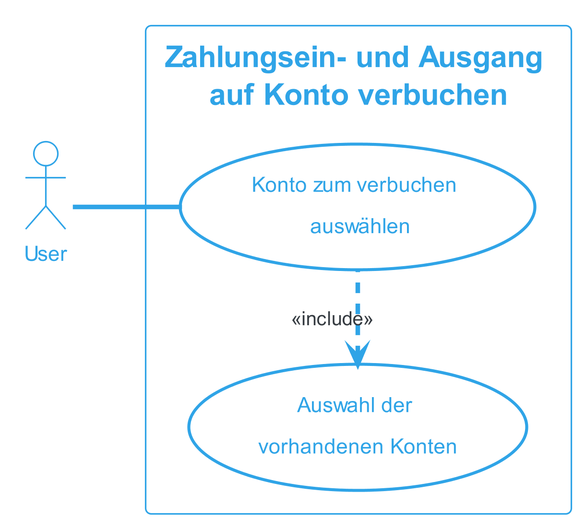
This is docs/content/diagrams/out/usecase/verbuchenAufKonto/ZahlungseingangaufKontoverbuchen.png from sirtheta/ImmoGlobal_Semesterarbeit, a PlantUML export, as it was before one commit.
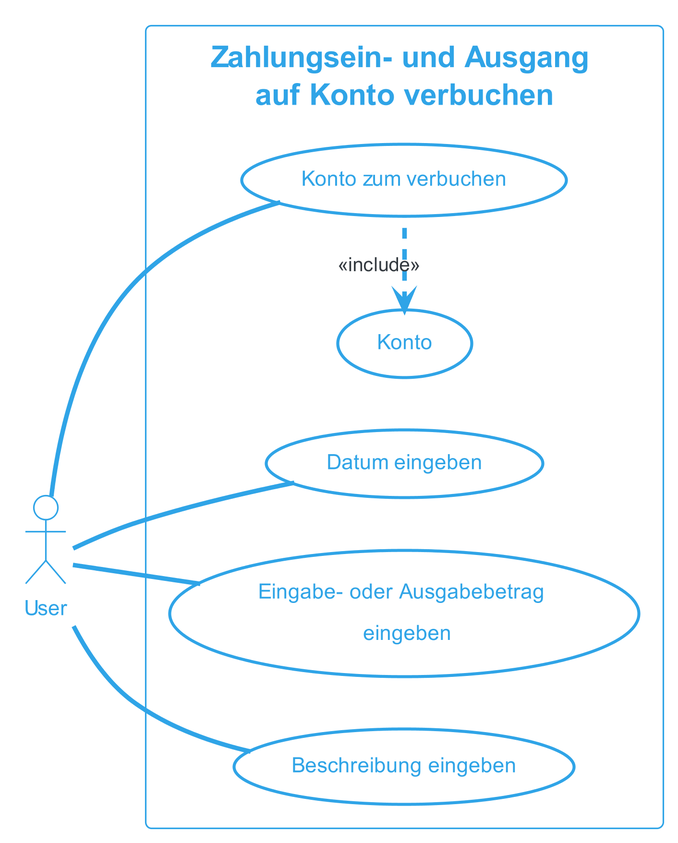
The same file after the commit.

Diff of the diagram source:
```diff
@@ -4,9 +4,15 @@
 left to right direction
 actor "User" as fc
 rectangle "Zahlungsein- und Ausgang \nauf Konto verbuchen" {
-  usecase "Konto zum verbuchen \n auswählen" as UC1
-  usecase "Auswahl der \nvorhandenen Konten" as inc1
+  usecase "Konto zum verbuchen" as UC1
+  usecase "Konto" as inc1
+  usecase "Datum eingeben" as UC2
+  usecase "Eingabe- oder Ausgabebetrag \n eingeben" as UC3
+  usecase "Beschreibung eingeben" as UC4
 }
 fc -- UC1
 UC1 .left.> inc1 : <<include>>
+fc -- UC2
+fc -- UC3
+fc -- UC4
 @enduml
```
